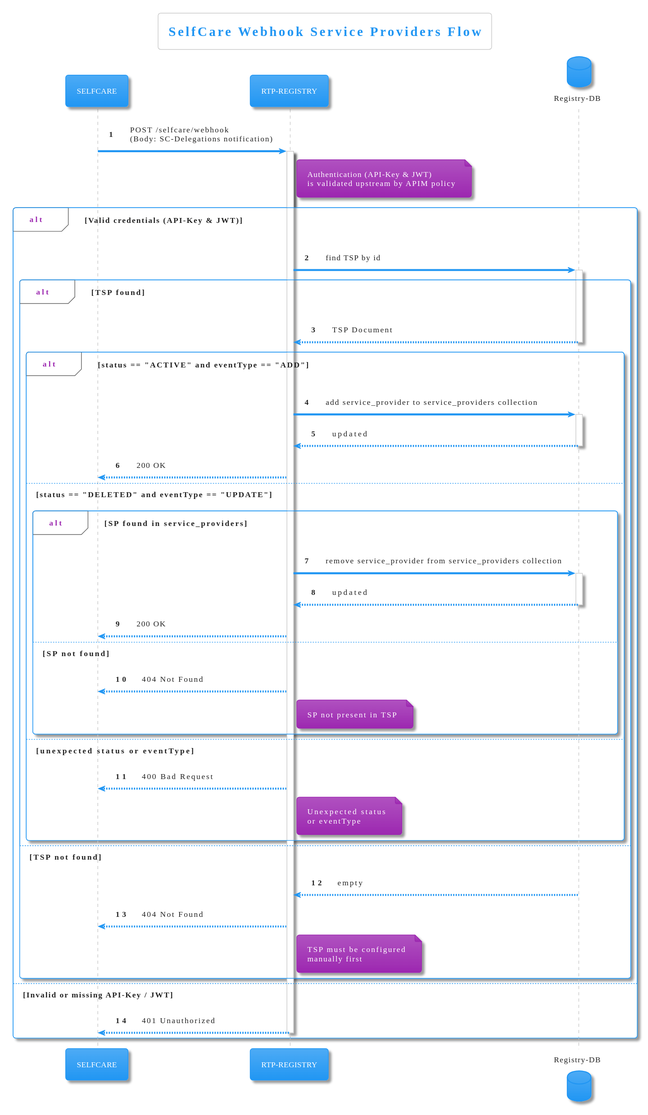
Earlier version of the PlantUML export diagrams/selfcare-service-providers-webhook.svg (pagopa/rtp-docs).
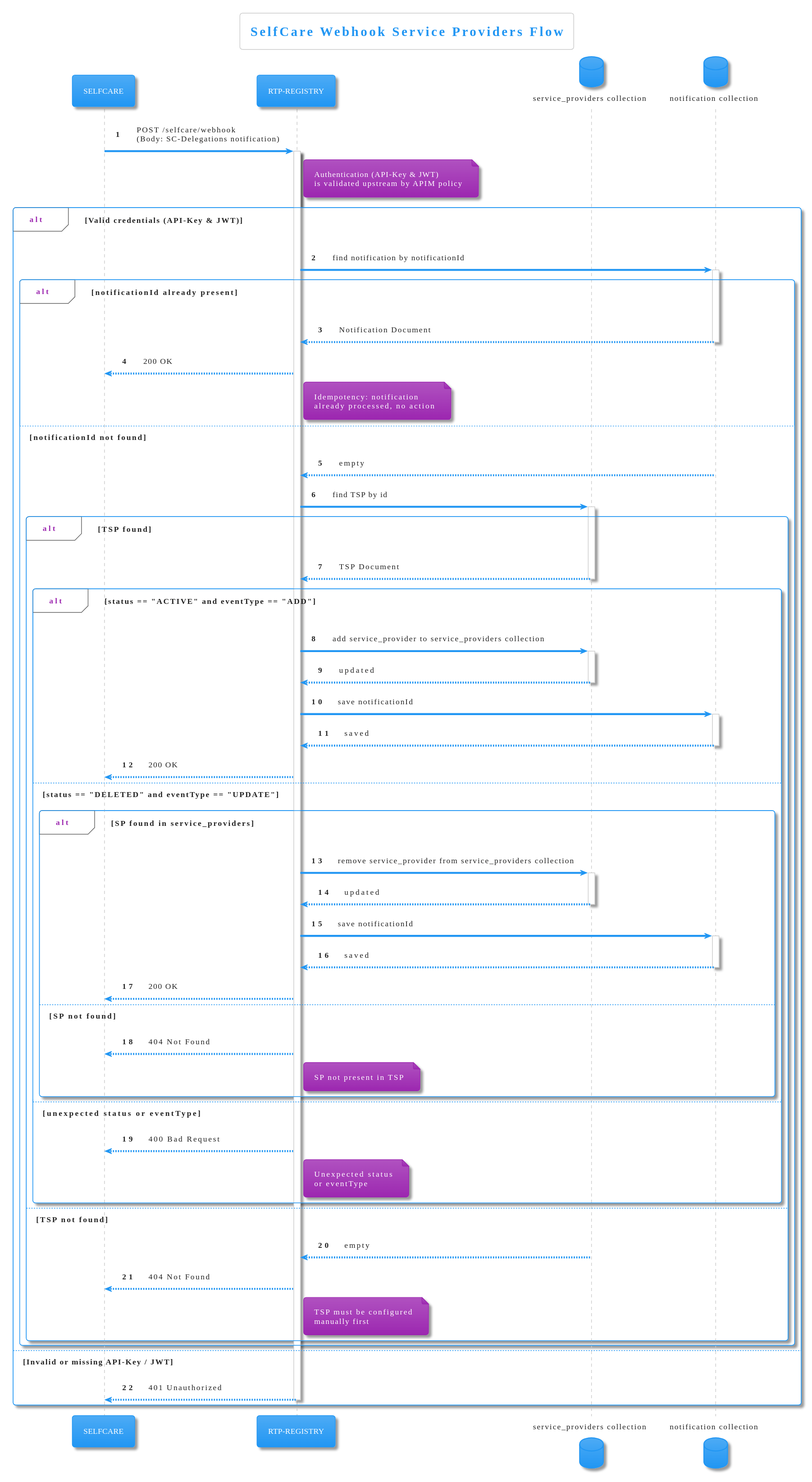
After the commit.

Change to the diagram source:
```diff
@@ -5,7 +5,8 @@
 
 participant "SELFCARE" as SC
 participant "RTP-REGISTRY" as REG
-database "Registry-DB" as DB
+database "service_providers collection" as DB
+database "notification collection" as NDB
 
 autonumber
 
@@ -17,50 +18,75 @@
 activate REG
 
 alt Valid credentials (API-Key & JWT)
-    REG -> DB: find TSP by id
-    activate DB
+    REG -> NDB: find notification by notificationId
+    activate NDB
 
-    alt TSP found
-        DB --> REG: TSP Document
-        deactivate DB
+    alt notificationId already present
+        NDB --> REG: Notification Document
+        deactivate NDB
+        REG --> SC: 200 OK
+        note right of REG
+          Idempotency: notification
+          already processed, no action
+        end note
 
-        alt status == "ACTIVE" and eventType == "ADD"
-            REG -> DB: add service_provider to service_providers collection
-            activate DB
-            DB --> REG: updated
+    else notificationId not found
+        NDB --> REG: empty
+        deactivate NDB
+
+        REG -> DB: find TSP by id
+        activate DB
+
+        alt TSP found
+            DB --> REG: TSP Document
             deactivate DB
-            REG --> SC: 200 OK
 
-        else status == "DELETED" and eventType == "UPDATE"
-            alt SP found in service_providers
-                REG -> DB: remove service_provider from service_providers collection
+            alt status == "ACTIVE" and eventType == "ADD"
+                REG -> DB: add service_provider to service_providers collection
                 activate DB
                 DB --> REG: updated
                 deactivate DB
+                REG -> NDB: save notificationId
+                activate NDB
+                NDB --> REG: saved
+                deactivate NDB
                 REG --> SC: 200 OK
-            else SP not found
-                REG --> SC: 404 Not Found
+
+            else status == "DELETED" and eventType == "UPDATE"
+                alt SP found in service_providers
+                    REG -> DB: remove service_provider from service_providers collection
+                    activate DB
+                    DB --> REG: updated
+                    deactivate DB
+                    REG -> NDB: save notificationId
+                    activate NDB
+                    NDB --> REG: saved
+                    deactivate NDB
+                    REG --> SC: 200 OK
+                else SP not found
+                    REG --> SC: 404 Not Found
+                    note right of REG
+                      SP not present in TSP
+                    end note
+                end
+
+            else unexpected status or eventType
+                REG --> SC: 400 Bad Request
                 note right of REG
-                  SP not present in TSP
+                  Unexpected status
+                  or eventType
                 end note
             end
 
-        else unexpected status or eventType
-            REG --> SC: 400 Bad Request
+        else TSP not found
+            DB --> REG: empty
+            deactivate DB
+            REG --> SC: 404 Not Found
             note right of REG
-              Unexpected status
-              or eventType
+              TSP must be configured
+              manually first
             end note
         end
-
-    else TSP not found
-        DB --> REG: empty
-        deactivate DB
-        REG --> SC: 404 Not Found
-        note right of REG
-          TSP must be configured
-          manually first
-        end note
     end
 
 else Invalid or missing API-Key / JWT
```
